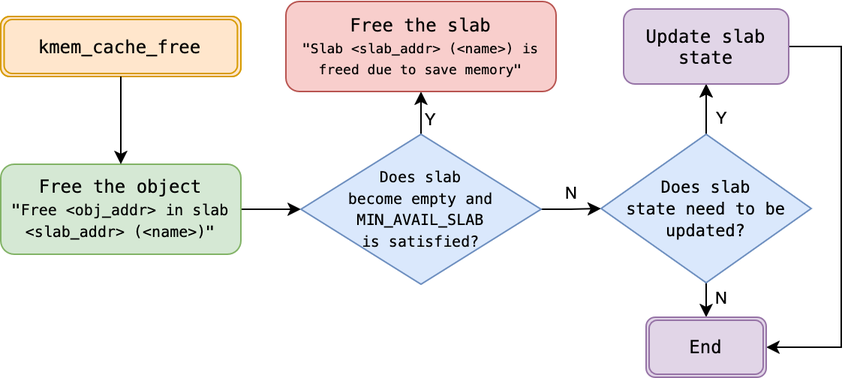
Before: doc/img/mp2-slab-free.png, a diagram exported from draw.io (Shiritai/xv6-ntu-mp). Source tidied: cells renumbered, new cells last; positions are measured from the earlier drawing's top-left corner, leaving out a move shared by most shapes.
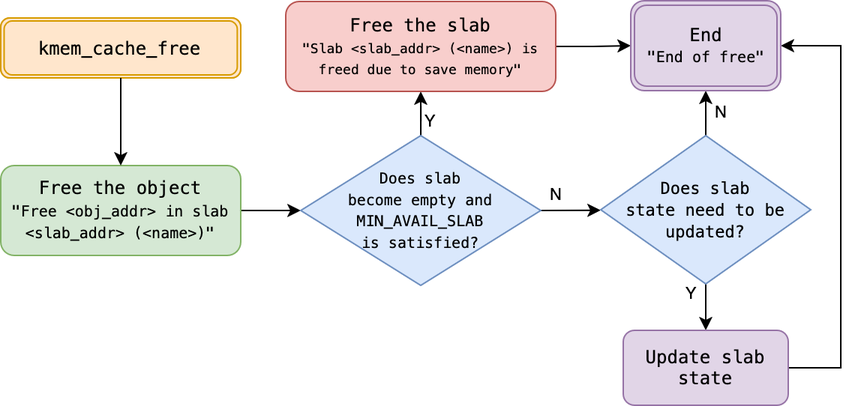
Above is the later version.

Commit message:
[doc] Add slab/kmem_cache structure diagram

Diff of the diagram source:
```diff
@@ -23,8 +23,8 @@
     <mxCell id="8" style="edgeStyle=orthogonalEdgeStyle;rounded=0;jettySize=auto;html=1;entryX=0.5;entryY=0;entryDx=0;entryDy=0;exitX=0.5;exitY=1;exitDx=0;exitDy=0;" parent="1" edge="1" source="6" target="3">
       <mxGeometry relative="1" as="geometry" />
     </mxCell>
-    <mxCell id="9" value="N" style="edgeStyle=orthogonalEdgeStyle;rounded=0;jettySize=auto;html=1;labelBackgroundColor=none;exitX=1;exitY=0.5;exitDx=0;exitDy=0;entryX=0;entryY=0.5;entryDx=0;entryDy=0;" parent="1" edge="1" source="14" target="19">
-      <mxGeometry y="10" relative="1" as="geometry" />
+    <mxCell id="9" value="N" style="edgeStyle=elbowEdgeStyle;rounded=0;jettySize=auto;html=1;labelBackgroundColor=none;exitX=1;exitY=0.5;exitDx=0;exitDy=0;entryX=0;entryY=0.5;entryDx=0;entryDy=0;elbow=vertical;" parent="1" edge="1" source="14" target="19">
+      <mxGeometry x="-0.51" y="10" relative="1" as="geometry" />
     </mxCell>
     <mxCell id="10" style="edgeStyle=orthogonalEdgeStyle;rounded=0;jettySize=auto;html=1;entryX=0.5;entryY=1;entryDx=0;entryDy=0;" parent="1" edge="1" source="14" target="15">
       <mxGeometry relative="1" as="geometry" />
@@ -47,40 +47,48 @@
     <mxCell id="14" value="&lt;div&gt;&lt;font style=&quot;font-size: 10px;&quot; face=&quot;MesloLGM Nerd Font&quot;&gt;Does slab&lt;/font&gt;&lt;/div&gt;&lt;div&gt;&lt;font style=&quot;font-size: 10px;&quot; face=&quot;MesloLGM Nerd Font&quot;&gt;become empty and&lt;/font&gt;&lt;/div&gt;&lt;div&gt;&lt;font style=&quot;font-size: 10px;&quot; face=&quot;MesloLGM Nerd Font&quot;&gt;MIN_AVAIL_SLAB&lt;/font&gt;&lt;/div&gt;&lt;div&gt;&lt;font style=&quot;font-size: 10px;&quot; face=&quot;MesloLGM Nerd Font&quot;&gt;is satisfied?&lt;/font&gt;&lt;/div&gt;" style="rhombus;whiteSpace=wrap;html=1;fillColor=#dae8fc;strokeColor=#6c8ebf;rounded=0;" parent="1" vertex="1">
       <mxGeometry x="200" y="88" width="160" height="100" as="geometry" />
     </mxCell>
+    <mxCell id="25" style="edgeStyle=orthogonalEdgeStyle;rounded=0;jettySize=auto;html=1;entryX=0;entryY=0.5;entryDx=0;entryDy=0;exitX=1;exitY=0.5;exitDx=0;exitDy=0;" parent="1" edge="1" source="15" target="23">
+      <mxGeometry relative="1" as="geometry" />
+    </mxCell>
     <mxCell id="15" value="&lt;div&gt;&lt;font face=&quot;MesloLGM Nerd Font&quot;&gt;Free the slab&lt;/font&gt;&lt;/div&gt;&lt;font style=&quot;font-size: 9px;&quot; face=&quot;MesloLGM Nerd Font&quot;&gt;&quot;Slab &amp;lt;slab_addr&amp;gt; (&amp;lt;name&amp;gt;) is freed due to save memory&quot;&lt;/font&gt;" style="rounded=1;whiteSpace=wrap;html=1;fillColor=#f8cecc;strokeColor=#b85450;spacingLeft=2;spacingRight=2;" parent="1" vertex="1">
-      <mxGeometry x="190" y="-0.5" width="180" height="60" as="geometry" />
+      <mxGeometry x="190" y="-1.5" width="180" height="60" as="geometry" />
     </mxCell>
-    <mxCell id="16" style="edgeStyle=orthogonalEdgeStyle;rounded=0;jettySize=auto;html=1;entryX=0.5;entryY=1;entryDx=0;entryDy=0;" parent="1" edge="1" source="19" target="21">
-      <mxGeometry relative="1" as="geometry" />
-    </mxCell>
-    <mxCell id="17" value="N" style="edgeStyle=orthogonalEdgeStyle;rounded=0;jettySize=auto;html=1;entryX=0.5;entryY=0;entryDx=0;entryDy=0;labelBackgroundColor=none;" parent="1" edge="1" source="19" target="23">
-      <mxGeometry x="0.02" y="-10" relative="1" as="geometry" />
+    <mxCell id="17" value="N" style="edgeStyle=orthogonalEdgeStyle;rounded=0;jettySize=auto;html=1;entryX=0.5;entryY=1;entryDx=0;entryDy=0;labelBackgroundColor=none;exitX=0.5;exitY=0;exitDx=0;exitDy=0;" parent="1" edge="1" source="19" target="23">
+      <mxGeometry x="0.02" y="-10" relative="1" as="geometry">
+        <Array as="points">
+          <mxPoint x="470" y="78" />
+          <mxPoint x="470" y="78" />
+        </Array>
+      </mxGeometry>
     </mxCell>
-    <mxCell id="18" value="&lt;div&gt;Y&lt;/div&gt;" style="edgeStyle=orthogonalEdgeStyle;rounded=0;jettySize=auto;html=1;labelBackgroundColor=none;" parent="1" edge="1" source="19" target="21">
+    <mxCell id="18" value="&lt;div&gt;Y&lt;/div&gt;" style="edgeStyle=orthogonalEdgeStyle;rounded=0;jettySize=auto;html=1;labelBackgroundColor=none;exitX=0.5;exitY=1;exitDx=0;exitDy=0;entryX=0.5;entryY=0;entryDx=0;entryDy=0;" parent="1" edge="1" source="19" target="21">
       <mxGeometry x="-0.57" y="-10" relative="1" as="geometry" />
     </mxCell>
     <mxCell id="19" value="&lt;div&gt;&lt;font style=&quot;font-size: 11px;&quot; face=&quot;MesloLGM Nerd Font&quot;&gt;Does slab&lt;/font&gt;&lt;/div&gt;&lt;div&gt;&lt;font style=&quot;font-size: 11px;&quot; face=&quot;MesloLGM Nerd Font&quot;&gt;state need to be&lt;/font&gt;&lt;/div&gt;&lt;div&gt;&lt;font style=&quot;font-size: 11px;&quot; face=&quot;MesloLGM Nerd Font&quot;&gt;updated?&lt;/font&gt;&lt;/div&gt;" style="rhombus;whiteSpace=wrap;html=1;fillColor=#dae8fc;strokeColor=#6c8ebf;rounded=0;" parent="1" vertex="1">
       <mxGeometry x="400" y="88" width="140" height="99" as="geometry" />
     </mxCell>
-    <mxCell id="20" style="edgeStyle=orthogonalEdgeStyle;rounded=0;jettySize=auto;html=1;entryX=1;entryY=0.5;entryDx=0;entryDy=0;" parent="1" edge="1" source="21" target="23">
+    <mxCell id="20" style="edgeStyle=orthogonalEdgeStyle;rounded=0;jettySize=auto;html=1;exitX=1;exitY=0.5;exitDx=0;exitDy=0;entryX=1;entryY=0.5;entryDx=0;entryDy=0;" parent="1" edge="1" source="21" target="23">
       <mxGeometry relative="1" as="geometry">
         <Array as="points">
-          <mxPoint x="560" y="30" />
-          <mxPoint x="560" y="230" />
+          <mxPoint x="560" y="243" />
+          <mxPoint x="560" y="28" />
         </Array>
       </mxGeometry>
     </mxCell>
     <mxCell id="21" value="Update slab state" style="rounded=1;whiteSpace=wrap;html=1;fillColor=#e1d5e7;strokeColor=#9673a6;fontFamily=MesloLGM Nerd Font;" parent="1" vertex="1">
-      <mxGeometry x="415" y="4.5" width="110" height="50" as="geometry" />
+      <mxGeometry x="415" y="218" width="110" height="50" as="geometry" />
     </mxCell>
     <mxCell id="22" style="group;" parent="1" vertex="1">
-      <mxGeometry x="430" y="210" width="80" height="40" as="geometry" />
+      <mxGeometry x="430" y="-2" width="90" height="60" as="geometry" />
     </mxCell>
+    <mxCell id="26" style="group;" parent="22" vertex="1">
+      <mxGeometry x="-10" width="100" height="60" as="geometry" />
+    </mxCell>
-    <mxCell id="23" value="End" style="rounded=1;whiteSpace=wrap;html=1;fillColor=#e1d5e7;strokeColor=#9673a6;fontFamily=MesloLGM Nerd Font;" parent="22" vertex="1">
-      <mxGeometry width="80" height="40" as="geometry" />
+    <mxCell id="23" value="End" style="rounded=1;whiteSpace=wrap;html=1;fillColor=#e1d5e7;strokeColor=#9673a6;fontFamily=MesloLGM Nerd Font;" parent="26" vertex="1">
+      <mxGeometry width="100" height="60" as="geometry" />
     </mxCell>
-    <mxCell id="24" value="End" style="rounded=1;whiteSpace=wrap;html=1;fillColor=#e1d5e7;strokeColor=#9673a6;fontFamily=MesloLGM Nerd Font;" parent="22" vertex="1">
-      <mxGeometry x="2" y="2" width="76" height="36" as="geometry" />
+    <mxCell id="24" value="&lt;div&gt;End&lt;/div&gt;&lt;font style=&quot;font-size: 10px;&quot;&gt;&quot;End of free&quot;&lt;/font&gt;" style="rounded=1;whiteSpace=wrap;html=1;fillColor=#e1d5e7;strokeColor=#9673a6;fontFamily=MesloLGM Nerd Font;" parent="26" vertex="1">
+      <mxGeometry x="2.5" y="3" width="95" height="54" as="geometry" />
     </mxCell>
   </root>
 </mxGraphModel>
```
